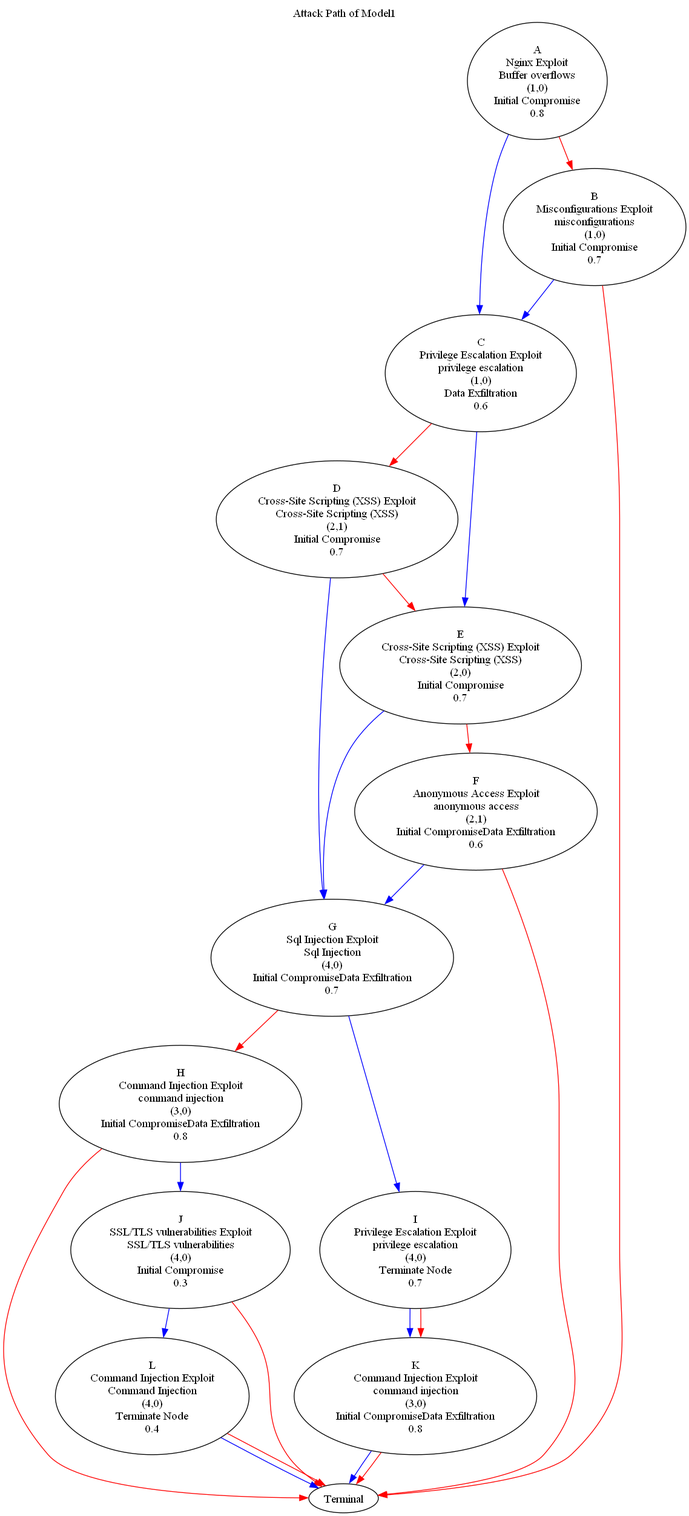
Above: BPMN-Network-Model/Model1/graph/AttackPath.gv.png in riasati/EvaluatingCSA (Graphviz), before the change. Its source is kept beside it as BPMN-Network-Model/Model1/graph/AttackPath.gv.
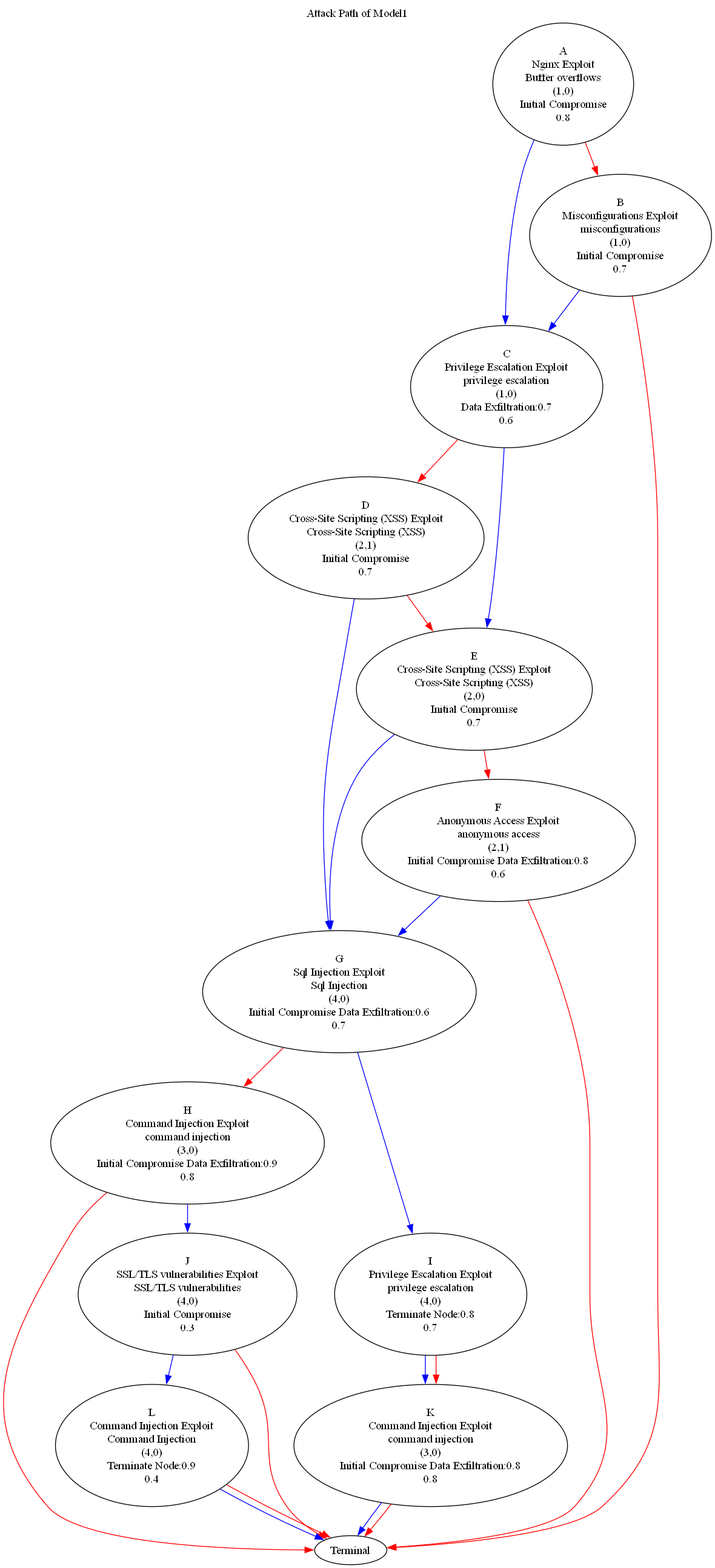
After the commit.

Change to the diagram source:
```diff
@@ -2,16 +2,16 @@
 	graph [label="Attack Path of Model1" labelloc=t]
 	A [label="A\nNginx Exploit\nBuffer overflows\n(1,0)\nInitial Compromise\n0.8"]
 	B [label="B\nMisconfigurations Exploit\nmisconfigurations\n(1,0)\nInitial Compromise\n0.7"]
-	C [label="C\nPrivilege Escalation Exploit\nprivilege escalation\n(1,0)\nData Exfiltration\n0.6"]
+	C [label="C\nPrivilege Escalation Exploit\nprivilege escalation\n(1,0)\nData Exfiltration:0.7\n0.6"]
 	D [label="D\nCross-Site Scripting (XSS) Exploit\nCross-Site Scripting (XSS)\n(2,1)\nInitial Compromise\n0.7"]
 	E [label="E\nCross-Site Scripting (XSS) Exploit\nCross-Site Scripting (XSS)\n(2,0)\nInitial Compromise\n0.7"]
-	F [label="F\nAnonymous Access Exploit\nanonymous access\n(2,1)\nInitial CompromiseData Exfiltration\n0.6"]
-	G [label="G\nSql Injection Exploit\nSql Injection\n(4,0)\nInitial CompromiseData Exfiltration\n0.7"]
-	H [label="H\nCommand Injection Exploit\ncommand injection\n(3,0)\nInitial CompromiseData Exfiltration\n0.8"]
-	I [label="I\nPrivilege Escalation Exploit\nprivilege escalation\n(4,0)\nTerminate Node\n0.7"]
+	F [label="F\nAnonymous Access Exploit\nanonymous access\n(2,1)\nInitial Compromise Data Exfiltration:0.8\n0.6"]
+	G [label="G\nSql Injection Exploit\nSql Injection\n(4,0)\nInitial Compromise Data Exfiltration:0.6\n0.7"]
+	H [label="H\nCommand Injection Exploit\ncommand injection\n(3,0)\nInitial Compromise Data Exfiltration:0.9\n0.8"]
+	I [label="I\nPrivilege Escalation Exploit\nprivilege escalation\n(4,0)\nTerminate Node:0.8\n0.7"]
 	J [label="J\nSSL/TLS vulnerabilities Exploit\nSSL/TLS vulnerabilities\n(4,0)\nInitial Compromise\n0.3"]
-	K [label="K\nCommand Injection Exploit\ncommand injection\n(3,0)\nInitial CompromiseData Exfiltration\n0.8"]
-	L [label="L\nCommand Injection Exploit\nCommand Injection\n(4,0)\nTerminate Node\n0.4"]
+	K [label="K\nCommand Injection Exploit\ncommand injection\n(3,0)\nInitial Compromise Data Exfiltration:0.8\n0.8"]
+	L [label="L\nCommand Injection Exploit\nCommand Injection\n(4,0)\nTerminate Node:0.9\n0.4"]
 	Terminal [label=Terminal]
 	A -> C [color=blue]
 	A -> B [color=red]
```
